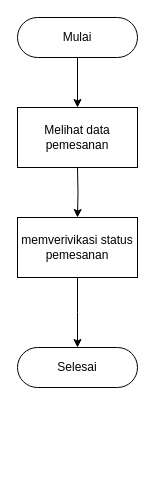
This is Resepsionis.drawio from Go-UKK/Flowcart, a draw.io file, before an edit. Source tidied: cells renumbered, new cells numbered last; positions are measured from the earlier drawing's top-left corner, leaving out a move shared by most shapes. Both pictures are drawn from the tidied source at 100%, with x=0, y=0 at pixel (17, 17).
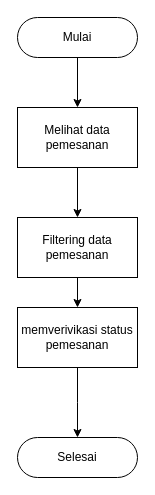
The same diagram, later.

Change to the diagram source:
```diff
@@
 <mxGraphModel>
   <root>
     <mxCell id="0" />
     <mxCell id="1" parent="0" />
     <mxCell id="2" style="edgeStyle=orthogonalEdgeStyle;rounded=0;jettySize=auto;html=1;" parent="1" edge="1" source="3" target="4">
       <mxGeometry relative="1" as="geometry" />
     </mxCell>
     <mxCell id="3" value="Mulai" style="rounded=1;whiteSpace=wrap;html=1;fontSize=12;glass=0;strokeWidth=1;shadow=0;arcSize=50;" parent="1" vertex="1">
       <mxGeometry width="120" height="40" as="geometry" />
     </mxCell>
     <mxCell id="4" value="Melihat data pemesanan" style="rounded=0;whiteSpace=wrap;html=1;" parent="1" vertex="1">
       <mxGeometry y="90" width="120" height="60" as="geometry" />
     </mxCell>
-    <mxCell id="5" style="edgeStyle=orthogonalEdgeStyle;rounded=0;jettySize=auto;html=1;" parent="1" edge="1" target="7">
+    <mxCell id="5" style="edgeStyle=orthogonalEdgeStyle;rounded=0;orthogonalLoop=1;jettySize=auto;html=1;" parent="1" edge="1">
       <mxGeometry relative="1" as="geometry">
         <mxPoint x="60" y="150" as="sourcePoint" />
+        <mxPoint x="60" y="200" as="targetPoint" />
       </mxGeometry>
     </mxCell>
     <mxCell id="6" style="edgeStyle=orthogonalEdgeStyle;rounded=0;jettySize=auto;html=1;" parent="1" edge="1" source="7">
       <mxGeometry relative="1" as="geometry">
-        <mxPoint x="60" y="330" as="targetPoint" />
+        <mxPoint x="60" y="420" as="targetPoint" />
       </mxGeometry>
     </mxCell>
     <mxCell id="7" value="memverivikasi status pemesanan" style="whiteSpace=wrap;html=1;rounded=0;" parent="1" vertex="1">
-      <mxGeometry y="200" width="120" height="60" as="geometry" />
+      <mxGeometry y="290" width="120" height="60" as="geometry" />
     </mxCell>
     <mxCell id="8" value="Selesai" style="rounded=1;whiteSpace=wrap;html=1;fontSize=12;glass=0;strokeWidth=1;shadow=0;arcSize=50;" parent="1" vertex="1">
-      <mxGeometry y="330" width="120" height="40" as="geometry" />
+      <mxGeometry y="420" width="120" height="40" as="geometry" />
     </mxCell>
+    <mxCell id="9" style="edgeStyle=orthogonalEdgeStyle;rounded=0;jettySize=auto;html=1;" parent="1" edge="1" source="10" target="7">
+      <mxGeometry relative="1" as="geometry" />
+    </mxCell>
+    <mxCell id="10" value="Filtering data pemesanan" style="rounded=0;whiteSpace=wrap;html=1;" parent="1" vertex="1">
+      <mxGeometry y="200" width="120" height="60" as="geometry" />
+    </mxCell>
   </root>
 </mxGraphModel>
```
